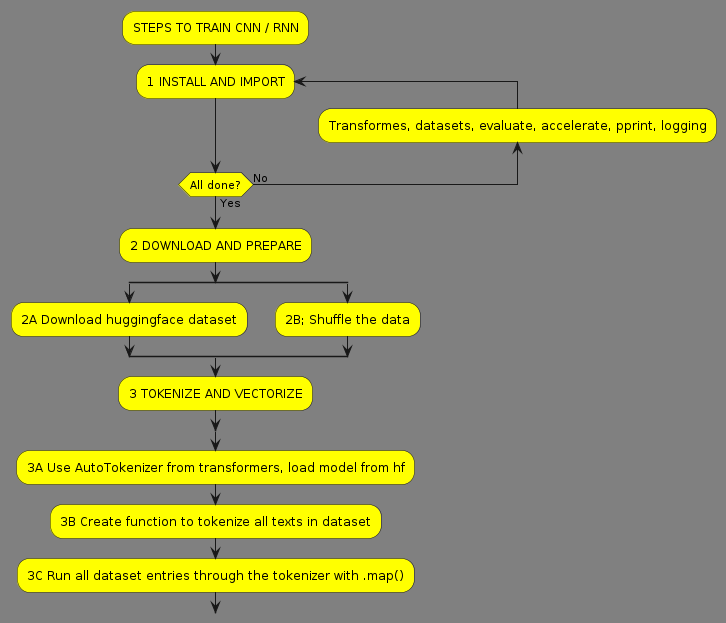
Earlier version of the PlantUML export week2/out/flow3/flow3.png (heinohen/TKO_8965_deep_learning_HLT).
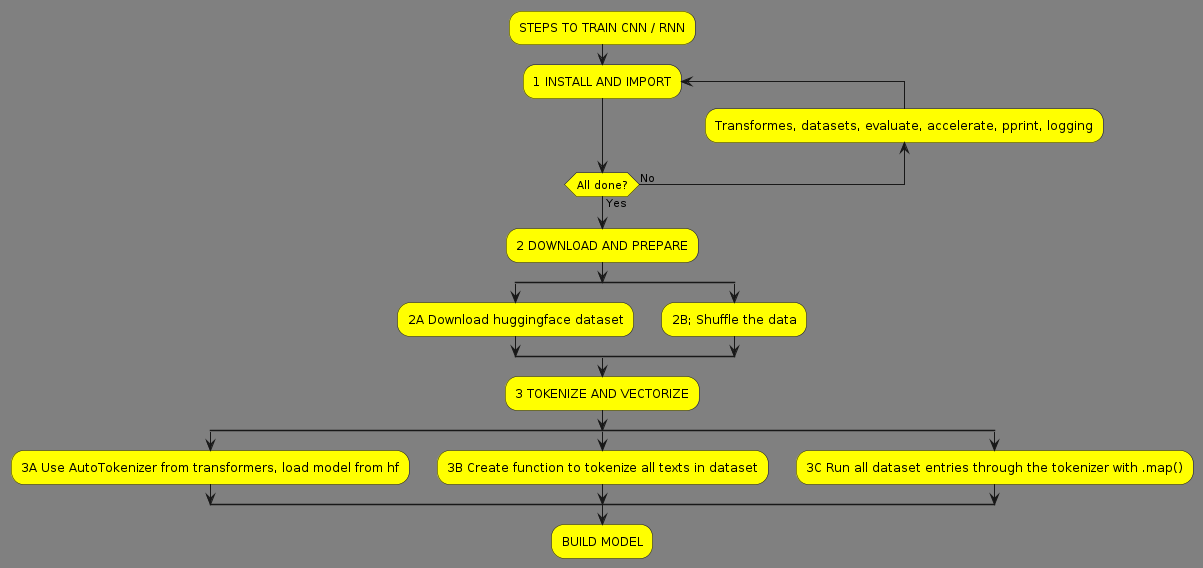
After the commit.

Diff of the diagram source:
```diff
@@ -24,7 +24,11 @@
 end split
 :3 TOKENIZE AND VECTORIZE;
 split
-    :3A Use AutoTokenizer from transformers, load model from hf;
-    :3B Create function to tokenize all texts in dataset;
-    :3C Run all dataset entries through the tokenizer with .map();
+   :3A Use AutoTokenizer from transformers, load model from hf;
+split again
+   :3B Create function to tokenize all texts in dataset;
+split again
+   :3C Run all dataset entries through the tokenizer with .map();
+end split
+:BUILD MODEL;
 @enduml
```
